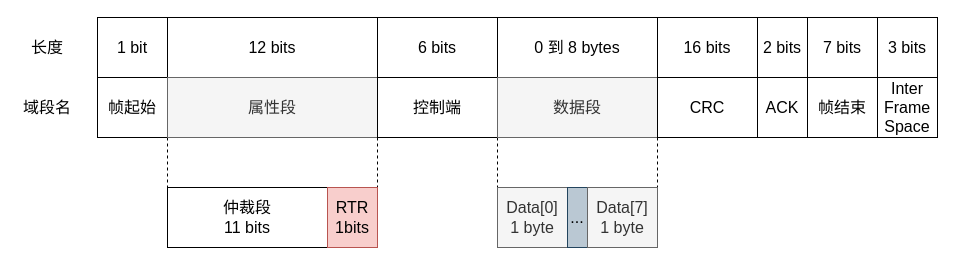
The draw.io diagram Maps/Untitled Diagram.drawio in Icathian-Rain/process_maps, before the edit. Source tidied: cells renumbered, new cells numbered last; positions are measured from the earlier drawing's top-left corner, leaving out a move shared by most shapes. Both pictures are drawn from the tidied source at 100%, with x=0, y=0 at pixel (17, 17).
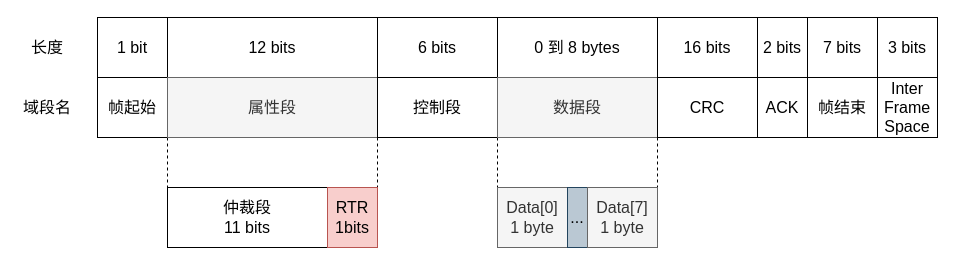
After the change.

Diff of the diagram source:
```diff
@@
-    <mxCell id="12" value="控制端" style="rounded=0;whiteSpace=wrap;html=1;fontSize=16;" parent="1" vertex="1">
+    <mxCell id="12" value="控制段" style="rounded=0;whiteSpace=wrap;html=1;fontSize=16;" parent="1" vertex="1">
       <mxGeometry x="360" y="60" width="120" height="60" as="geometry" />
     </mxCell>
```
